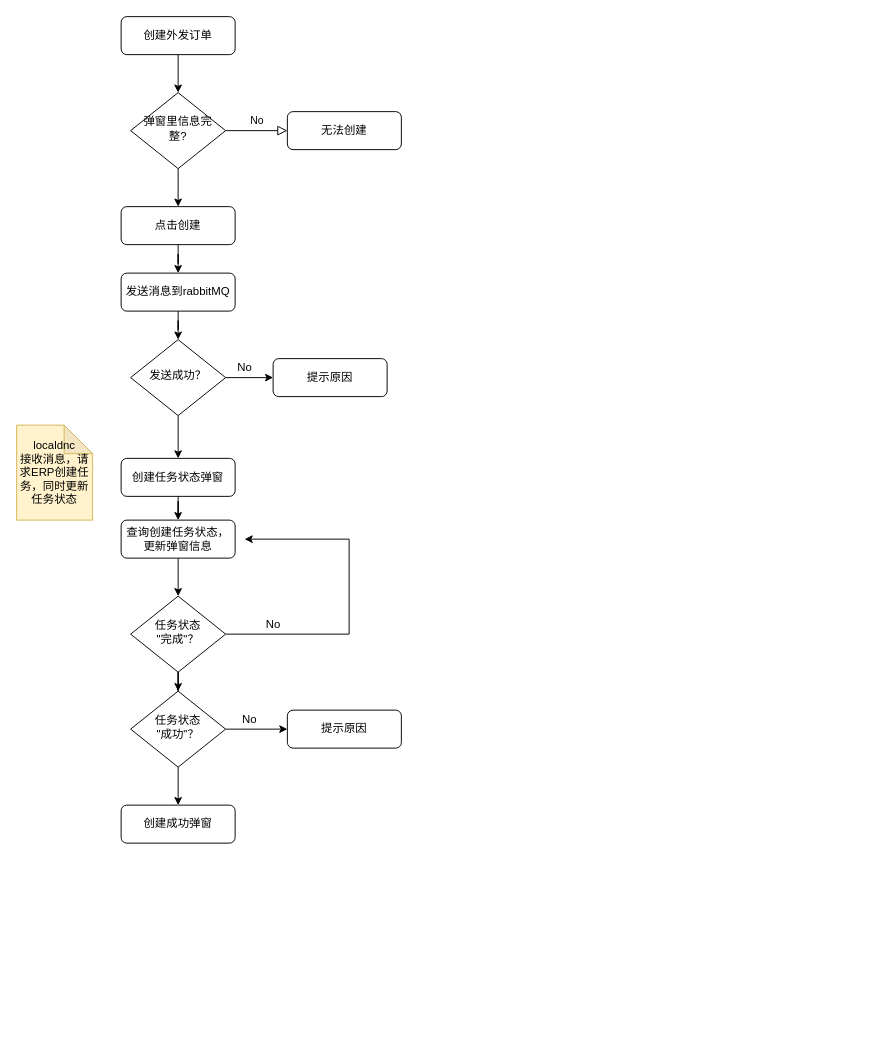
Earlier version of the draw.io diagram create-po.drawio (sf-test/org-repo). Source tidied: cells renumbered, new cells numbered last; positions are measured from the earlier drawing's top-left corner, leaving out a move shared by most shapes. Both pictures are drawn from the tidied source at 95%, with x=0, y=0 at pixel (16, 16).
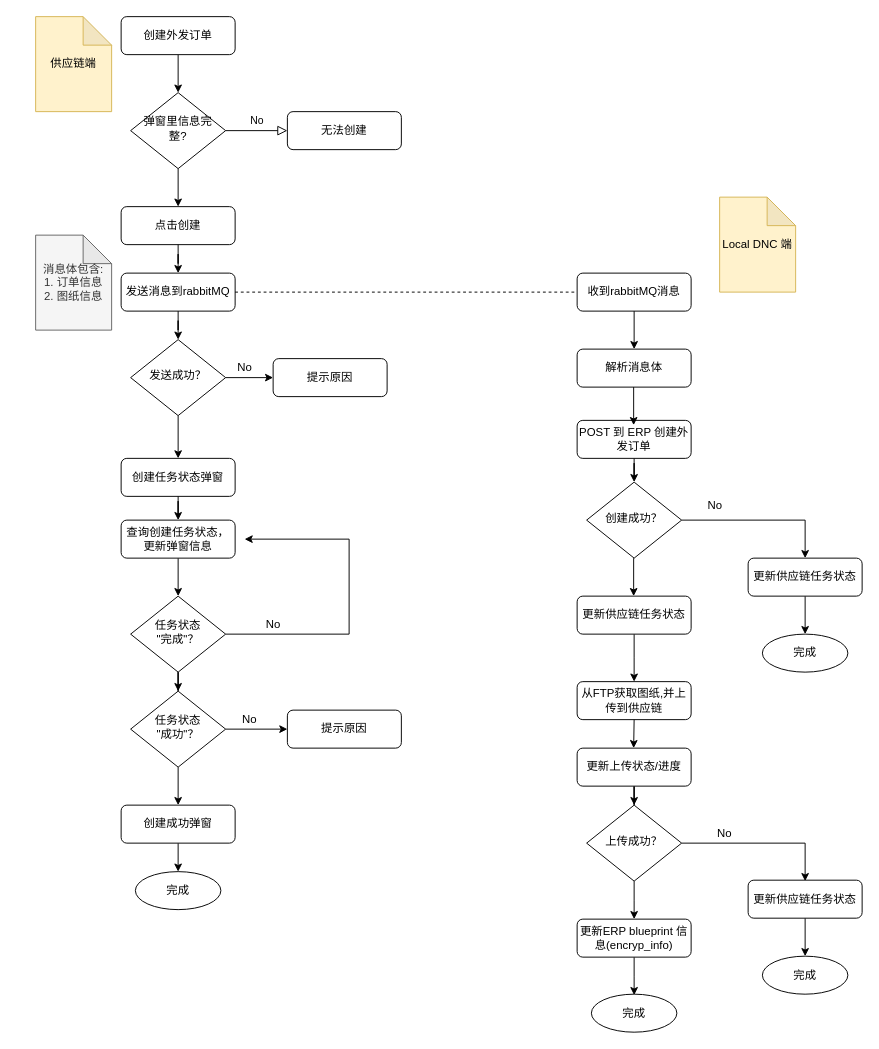
The same page after the edit.

Unchanged cells that the change refers to:
```xml
<mxCell id="16" value="发送消息到rabbitMQ" style="rounded=1;whiteSpace=wrap;html=1;fontSize=12;glass=0;strokeWidth=1;shadow=0;" parent="1" vertex="1">
  <mxGeometry x="110" y="270" width="120" height="40" as="geometry" />
</mxCell>
<mxCell id="29" value="创建成功弹窗" style="rounded=1;whiteSpace=wrap;html=1;fontSize=12;glass=0;strokeWidth=1;shadow=0;" parent="1" vertex="1">
  <mxGeometry x="110" y="830" width="120" height="40" as="geometry" />
</mxCell>
```

Diff of the diagram source:
```diff
@@
+    <mxCell id="32" style="edgeStyle=orthogonalEdgeStyle;rounded=0;jettySize=auto;html=1;" parent="1" edge="1" source="29">
+      <mxGeometry relative="1" as="geometry">
+        <mxPoint x="170" y="900" as="targetPoint" />
+      </mxGeometry>
+    </mxCell>
@@
-    <mxCell id="30" value="&lt;div&gt;localdnc&lt;/div&gt;&lt;div&gt;接收消息，请求ERP创建任务，同时更新任务状态&lt;/div&gt;" style="shape=note;whiteSpace=wrap;html=1;backgroundOutline=1;darkOpacity=0.05;fillColor=#fff2cc;strokeColor=#d6b656;" parent="1" vertex="1">
-      <mxGeometry y="430" width="80" height="100" as="geometry" />
-    </mxCell>
@@
+    <mxCell id="33" value="&lt;div&gt;消息体包含:&lt;/div&gt;&lt;div&gt;1. 订单信息&lt;/div&gt;&lt;div&gt;2. 图纸信息&lt;br&gt;&lt;/div&gt;" style="shape=note;whiteSpace=wrap;html=1;backgroundOutline=1;darkOpacity=0.05;fillColor=#f5f5f5;strokeColor=#666666;fontColor=#333333;" parent="1" vertex="1">
+      <mxGeometry x="20" y="230" width="80" height="100" as="geometry" />
+    </mxCell>
+    <mxCell id="34" value="&lt;div&gt;供应链端&lt;br&gt;&lt;/div&gt;" style="shape=note;whiteSpace=wrap;html=1;backgroundOutline=1;darkOpacity=0.05;fillColor=#fff2cc;strokeColor=#d6b656;" parent="1" vertex="1">
+      <mxGeometry x="20" width="80" height="100" as="geometry" />
+    </mxCell>
+    <mxCell id="35" value="Local DNC 端" style="shape=note;whiteSpace=wrap;html=1;backgroundOutline=1;darkOpacity=0.05;fillColor=#fff2cc;strokeColor=#d6b656;" parent="1" vertex="1">
+      <mxGeometry x="740" y="190" width="80" height="100" as="geometry" />
+    </mxCell>
+    <mxCell id="36" style="edgeStyle=orthogonalEdgeStyle;rounded=0;jettySize=auto;html=1;" parent="1" edge="1" source="37" target="39">
+      <mxGeometry relative="1" as="geometry" />
+    </mxCell>
+    <mxCell id="37" value="收到rabbitMQ消息" style="rounded=1;whiteSpace=wrap;html=1;fontSize=12;glass=0;strokeWidth=1;shadow=0;" parent="1" vertex="1">
+      <mxGeometry x="590" y="270" width="120" height="40" as="geometry" />
+    </mxCell>
+    <mxCell id="38" style="endArrow=none;dashed=1;html=1;exitX=1;exitY=0.5;exitDx=0;exitDy=0;" parent="1" edge="1" source="16" target="37">
+      <mxGeometry relative="1" as="geometry" />
+    </mxCell>
+    <mxCell id="39" value="解析消息体" style="rounded=1;whiteSpace=wrap;html=1;fontSize=12;glass=0;strokeWidth=1;shadow=0;" parent="1" vertex="1">
+      <mxGeometry x="590" y="350" width="120" height="40" as="geometry" />
+    </mxCell>
+    <mxCell id="40" style="edgeStyle=orthogonalEdgeStyle;rounded=0;jettySize=auto;html=1;" parent="1" edge="1" source="41" target="43">
+      <mxGeometry relative="1" as="geometry" />
+    </mxCell>
+    <mxCell id="41" value="POST 到 ERP 创建外发订单" style="rounded=1;whiteSpace=wrap;html=1;fontSize=12;glass=0;strokeWidth=1;shadow=0;" parent="1" vertex="1">
+      <mxGeometry x="590" y="425" width="120" height="40" as="geometry" />
+    </mxCell>
+    <mxCell id="42" style="edgeStyle=orthogonalEdgeStyle;rounded=0;jettySize=auto;html=1;exitX=1;exitY=0.5;exitDx=0;exitDy=0;" parent="1" edge="1" source="43">
+      <mxGeometry relative="1" as="geometry">
+        <mxPoint x="830" y="570" as="targetPoint" />
+        <Array as="points">
+          <mxPoint x="830" y="530" />
+        </Array>
+      </mxGeometry>
+    </mxCell>
+    <mxCell id="43" value="创建成功？" style="rhombus;whiteSpace=wrap;html=1;shadow=0;fontFamily=Helvetica;fontSize=12;align=center;strokeWidth=1;spacing=6;spacingTop=-4;" parent="1" vertex="1">
+      <mxGeometry x="600" y="490" width="100" height="80" as="geometry" />
+    </mxCell>
+    <mxCell id="44" value="从FTP获取图纸,并上传到供应链" style="rounded=1;whiteSpace=wrap;html=1;fontSize=12;glass=0;strokeWidth=1;shadow=0;" parent="1" vertex="1">
+      <mxGeometry x="590" y="700" width="120" height="40" as="geometry" />
+    </mxCell>
+    <mxCell id="45" style="edgeStyle=orthogonalEdgeStyle;rounded=0;jettySize=auto;html=1;" parent="1" edge="1" source="46">
+      <mxGeometry relative="1" as="geometry">
+        <mxPoint x="650" y="1030" as="targetPoint" />
+      </mxGeometry>
+    </mxCell>
+    <mxCell id="46" value="更新ERP blueprint 信息(encryp_info)" style="rounded=1;whiteSpace=wrap;html=1;fontSize=12;glass=0;strokeWidth=1;shadow=0;" parent="1" vertex="1">
+      <mxGeometry x="590" y="950" width="120" height="40" as="geometry" />
+    </mxCell>
+    <mxCell id="47" style="edgeStyle=orthogonalEdgeStyle;rounded=0;jettySize=auto;html=1;" parent="1" edge="1" source="48" target="51">
+      <mxGeometry relative="1" as="geometry" />
+    </mxCell>
+    <mxCell id="48" value="更新上传状态/进度" style="rounded=1;whiteSpace=wrap;html=1;fontSize=12;glass=0;strokeWidth=1;shadow=0;" parent="1" vertex="1">
+      <mxGeometry x="590" y="770" width="120" height="40" as="geometry" />
+    </mxCell>
+    <mxCell id="49" style="edgeStyle=orthogonalEdgeStyle;rounded=0;jettySize=auto;html=1;" parent="1" edge="1" source="51">
+      <mxGeometry relative="1" as="geometry">
+        <mxPoint x="650" y="950" as="targetPoint" />
+      </mxGeometry>
+    </mxCell>
+    <mxCell id="50" style="edgeStyle=orthogonalEdgeStyle;rounded=0;jettySize=auto;html=1;" parent="1" edge="1" source="51">
+      <mxGeometry relative="1" as="geometry">
+        <mxPoint x="830" y="910" as="targetPoint" />
+        <Array as="points">
+          <mxPoint x="830" y="870" />
+        </Array>
+      </mxGeometry>
+    </mxCell>
+    <mxCell id="51" value="上传成功？" style="rhombus;whiteSpace=wrap;html=1;shadow=0;fontFamily=Helvetica;fontSize=12;align=center;strokeWidth=1;spacing=6;spacingTop=-4;" parent="1" vertex="1">
+      <mxGeometry x="600" y="830" width="100" height="80" as="geometry" />
+    </mxCell>
+    <mxCell id="52" style="endArrow=classic;html=1;" parent="1" edge="1">
+      <mxGeometry relative="1" as="geometry">
+        <mxPoint x="649.5" y="390" as="sourcePoint" />
+        <mxPoint x="649.5" y="430" as="targetPoint" />
+      </mxGeometry>
+    </mxCell>
+    <mxCell id="53" style="endArrow=classic;html=1;" parent="1" edge="1">
+      <mxGeometry relative="1" as="geometry">
+        <mxPoint x="649.5" y="570" as="sourcePoint" />
+        <mxPoint x="649.5" y="610" as="targetPoint" />
+      </mxGeometry>
+    </mxCell>
+    <mxCell id="54" style="endArrow=classic;html=1;" parent="1" edge="1">
+      <mxGeometry relative="1" as="geometry">
+        <mxPoint x="650" y="740" as="sourcePoint" />
+        <mxPoint x="649.5" y="770" as="targetPoint" />
+      </mxGeometry>
+    </mxCell>
+    <mxCell id="55" value="No" style="text;html=1;align=center;verticalAlign=middle;" parent="1" vertex="1">
+      <mxGeometry x="730" y="850" width="30" height="20" as="geometry" />
+    </mxCell>
+    <mxCell id="56" value="No" style="text;html=1;align=center;verticalAlign=middle;" parent="1" vertex="1">
+      <mxGeometry x="720" y="505" width="30" height="20" as="geometry" />
+    </mxCell>
+    <mxCell id="57" style="edgeStyle=orthogonalEdgeStyle;rounded=0;jettySize=auto;html=1;" parent="1" edge="1" source="58" target="62">
+      <mxGeometry relative="1" as="geometry" />
+    </mxCell>
+    <mxCell id="58" value="更新供应链任务状态" style="rounded=1;whiteSpace=wrap;html=1;fontSize=12;glass=0;strokeWidth=1;shadow=0;" parent="1" vertex="1">
+      <mxGeometry x="770" y="570" width="120" height="40" as="geometry" />
+    </mxCell>
+    <mxCell id="59" style="edgeStyle=orthogonalEdgeStyle;rounded=0;jettySize=auto;html=1;" parent="1" edge="1" source="60">
+      <mxGeometry relative="1" as="geometry">
+        <mxPoint x="650" y="700" as="targetPoint" />
+      </mxGeometry>
+    </mxCell>
+    <mxCell id="60" value="更新供应链任务状态" style="rounded=1;whiteSpace=wrap;html=1;fontSize=12;glass=0;strokeWidth=1;shadow=0;" parent="1" vertex="1">
+      <mxGeometry x="590" y="610" width="120" height="40" as="geometry" />
+    </mxCell>
+    <mxCell id="61" value="&lt;div&gt;完成&lt;br&gt;&lt;/div&gt;" style="ellipse;whiteSpace=wrap;html=1;" parent="1" vertex="1">
+      <mxGeometry x="125" y="900" width="90" height="40" as="geometry" />
+    </mxCell>
+    <mxCell id="62" value="&lt;div&gt;完成&lt;br&gt;&lt;/div&gt;" style="ellipse;whiteSpace=wrap;html=1;" parent="1" vertex="1">
+      <mxGeometry x="785" y="650" width="90" height="40" as="geometry" />
+    </mxCell>
+    <mxCell id="63" style="edgeStyle=orthogonalEdgeStyle;rounded=0;jettySize=auto;html=1;" parent="1" edge="1" source="64" target="65">
+      <mxGeometry relative="1" as="geometry" />
+    </mxCell>
+    <mxCell id="64" value="更新供应链任务状态" style="rounded=1;whiteSpace=wrap;html=1;fontSize=12;glass=0;strokeWidth=1;shadow=0;" parent="1" vertex="1">
+      <mxGeometry x="770" y="909" width="120" height="40" as="geometry" />
+    </mxCell>
+    <mxCell id="65" value="&lt;div&gt;完成&lt;br&gt;&lt;/div&gt;" style="ellipse;whiteSpace=wrap;html=1;" parent="1" vertex="1">
+      <mxGeometry x="785" y="989" width="90" height="40" as="geometry" />
+    </mxCell>
+    <mxCell id="66" value="&lt;div&gt;完成&lt;br&gt;&lt;/div&gt;" style="ellipse;whiteSpace=wrap;html=1;" parent="1" vertex="1">
+      <mxGeometry x="605" y="1029" width="90" height="40" as="geometry" />
+    </mxCell>
```
